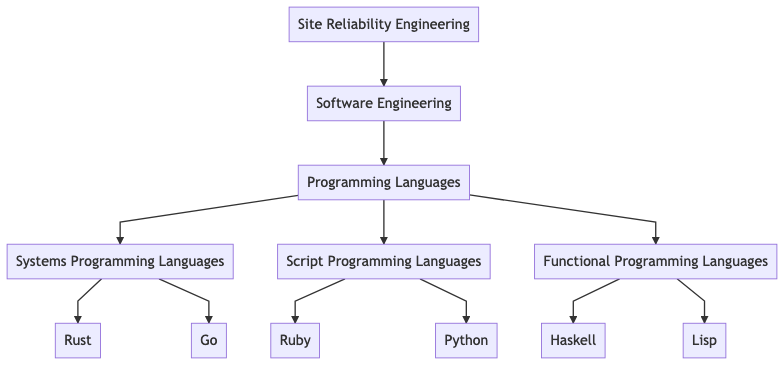
marceloboeira/sre keeps this Mermaid diagram as resources/topic-graph.png. Above is the earlier version. Its source is kept beside it as resources/topic-graph.mmd. The source it was exported from:
```mermaid
graph TD
  SRE[Site Reliability Engineering]

  SRE --> SW[Software Engineering]
  SW --> PL[Programming Languages]
    PL --> SysPL[Systems Programming Languages]
      SysPL --> Rust
      SysPL --> Go
    PL --> ScrPL[Script Programming Languages]
      ScrPL --> Ruby
      ScrPL --> Python
    PL --> FunPL[Functional Programming Languages]
      FunPL --> Haskell
      FunPL --> Lisp
```
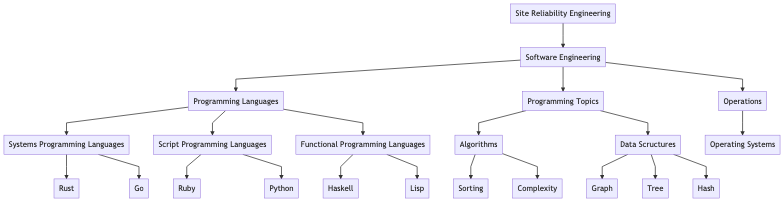
After the commit.

Commit message:
Add more topics / references and a informative on type of reference

What changed in the source:
```diff
@@ -12,3 +12,13 @@
     PL --> FunPL[Functional Programming Languages]
       FunPL --> Haskell
       FunPL --> Lisp
+  SW --> PT[Programming Topics]
+    PT --> ALG[Algorithms]
+      ALG --> SRT[Sorting]
+      ALG --> CPX[Complexity]
+    PT --> DS[Data Scructures]
+      DS --> Graph[Graph]
+      DS --> T3[Tree]
+      DS --> HS[Hash]
+  SW --> OPS[Operations]
+      OPS --> OS[Operating Systems]
```
